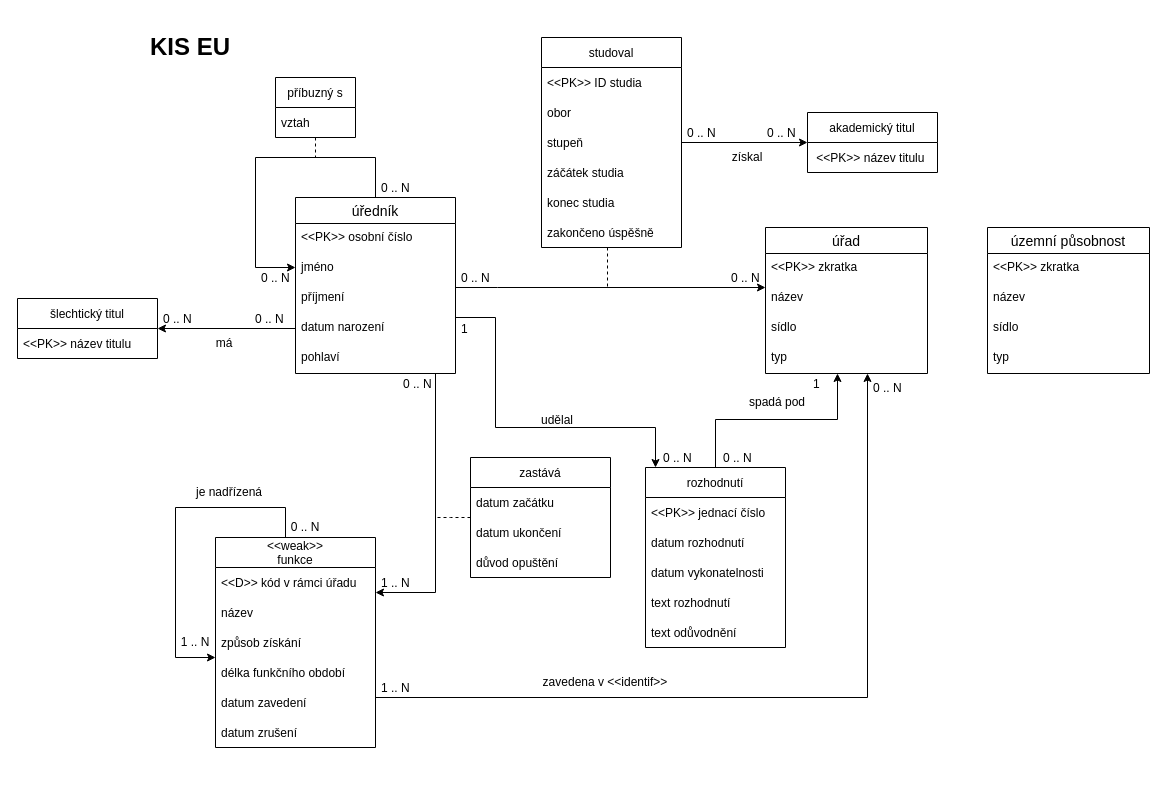
mstrlc/ius-homework keeps this draw.io diagram as kiseu.drawio. Above is the earlier version. Source tidied: cells renumbered, new cells numbered last; positions are measured from the earlier drawing's top-left corner, leaving out a move shared by most shapes. Both pictures are drawn from the tidied source at 100%, with x=0, y=0 at pixel (17, 27).
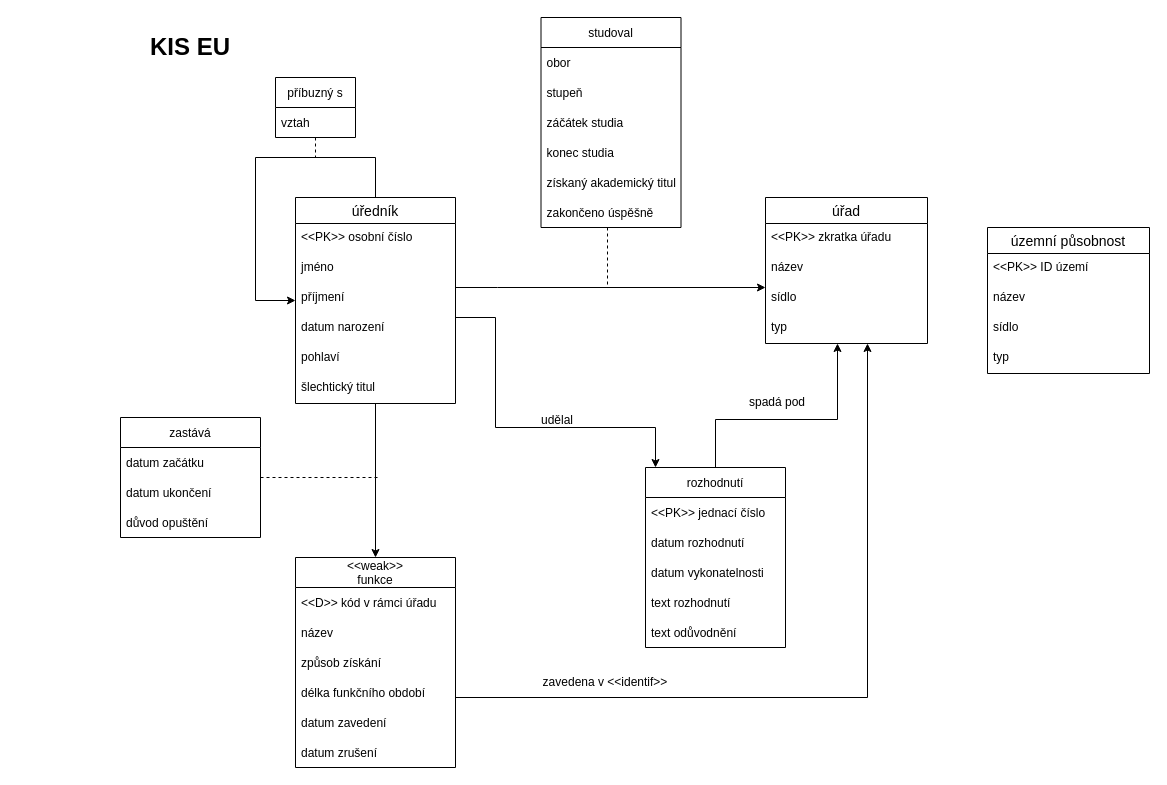
The same diagram, later.

The change refers to these unchanged cells:
```xml
<mxCell id="8" value="datum narození&#10;" style="text;strokeColor=none;fillColor=none;spacingLeft=4;spacingRight=4;overflow=hidden;points=[[0,0.5],[1,0.5]];portConstraint=eastwest;fontSize=12;fontFamily=Helvetica;" parent="4" vertex="1">
  <mxGeometry y="116" width="160" height="30" as="geometry" />
</mxCell>
<mxCell id="80" value="územní působnost" style="swimlane;fontStyle=0;horizontal=1;startSize=26;align=center;fontSize=14;fontFamily=Helvetica;" parent="1" vertex="1">
  <mxGeometry x="970" y="200" width="162" height="146" as="geometry" />
</mxCell>
```

Change to the diagram source:
```diff
@@
     <mxCell id="4" value="úředník" style="swimlane;fontStyle=0;horizontal=1;startSize=26;align=center;fontSize=14;fontFamily=Helvetica;" parent="1" vertex="1">
-      <mxGeometry x="278" y="170" width="160" height="176" as="geometry" />
+      <mxGeometry x="278" y="170" width="160" height="206" as="geometry" />
     </mxCell>
@@
+    <mxCell id="62" value="šlechtický titul" style="text;strokeColor=none;fillColor=none;spacingLeft=4;spacingRight=4;overflow=hidden;points=[[0,0.5],[1,0.5]];portConstraint=eastwest;fontSize=12;fontFamily=Helvetica;" parent="4" vertex="1">
+      <mxGeometry y="176" width="160" height="30" as="geometry" />
+    </mxCell>
     <mxCell id="10" value="úřad" style="swimlane;fontStyle=0;horizontal=1;startSize=26;align=center;fontSize=14;fontFamily=Helvetica;" parent="1" vertex="1">
-      <mxGeometry x="748" y="200" width="162" height="146" as="geometry" />
+      <mxGeometry x="748" y="170" width="162" height="146" as="geometry" />
     </mxCell>
-    <mxCell id="11" value="&lt;&lt;PK&gt;&gt; zkratka" style="text;strokeColor=none;fillColor=none;spacingLeft=4;spacingRight=4;overflow=hidden;fontSize=12;fontFamily=Helvetica;" parent="10" vertex="1">
+    <mxCell id="11" value="&lt;&lt;PK&gt;&gt; zkratka úřadu" style="text;strokeColor=none;fillColor=none;spacingLeft=4;spacingRight=4;overflow=hidden;fontSize=12;fontFamily=Helvetica;" parent="10" vertex="1">
       <mxGeometry y="26" width="162" height="30" as="geometry" />
     </mxCell>
@@
     <mxCell id="15" style="edgeStyle=orthogonalEdgeStyle;rounded=0;orthogonalLoop=1;jettySize=auto;html=1;fontFamily=Helvetica;" parent="1" edge="1" source="4" target="4">
       <mxGeometry relative="1" as="geometry">
         <Array as="points">
           <mxPoint x="358" y="130" />
           <mxPoint x="238" y="130" />
-          <mxPoint x="238" y="240" />
+          <mxPoint x="238" y="273" />
         </Array>
       </mxGeometry>
     </mxCell>
@@
-    <mxCell id="20" value="0 .. N" style="text;strokeColor=none;fillColor=none;align=left;verticalAlign=middle;spacingLeft=4;spacingRight=4;overflow=hidden;fontFamily=Helvetica;" parent="1" vertex="1">
-      <mxGeometry x="358" y="150" width="40" height="20" as="geometry" />
-    </mxCell>
-    <mxCell id="21" value="0 .. N" style="text;strokeColor=none;fillColor=none;align=left;verticalAlign=middle;spacingLeft=4;spacingRight=4;overflow=hidden;fontFamily=Helvetica;" parent="1" vertex="1">
-      <mxGeometry x="238" y="240" width="40" height="20" as="geometry" />
-    </mxCell>
@@
     <mxCell id="32" value="&lt;&lt;weak&gt;&gt;&#10;funkce" style="swimlane;fontStyle=0;horizontal=1;startSize=30;fontFamily=Helvetica;" parent="1" vertex="1">
-      <mxGeometry x="198" y="510" width="160" height="210" as="geometry" />
+      <mxGeometry x="278" y="530" width="160" height="210" as="geometry" />
     </mxCell>
@@
     <mxCell id="41" value="studoval" style="swimlane;fontStyle=0;horizontal=1;startSize=30;fontFamily=Helvetica;" parent="1" vertex="1">
-      <mxGeometry x="524" y="10" width="140" height="210" as="geometry" />
+      <mxGeometry x="523.5" y="-10" width="140" height="210" as="geometry" />
     </mxCell>
-    <mxCell id="42" value="&lt;&lt;PK&gt;&gt; ID studia" style="text;strokeColor=none;fillColor=none;align=left;verticalAlign=middle;spacingLeft=4;spacingRight=4;overflow=hidden;fontFamily=Helvetica;" parent="41" vertex="1">
-      <mxGeometry y="30" width="140" height="30" as="geometry" />
-    </mxCell>
     <mxCell id="43" value="obor" style="text;strokeColor=none;fillColor=none;align=left;verticalAlign=middle;spacingLeft=4;spacingRight=4;overflow=hidden;fontFamily=Helvetica;" parent="41" vertex="1">
-      <mxGeometry y="60" width="140" height="30" as="geometry" />
+      <mxGeometry y="30" width="140" height="30" as="geometry" />
     </mxCell>
     <mxCell id="44" value="stupeň" style="text;strokeColor=none;fillColor=none;align=left;verticalAlign=middle;spacingLeft=4;spacingRight=4;overflow=hidden;points=[[0,0.5],[1,0.5]];portConstraint=eastwest;fontFamily=Helvetica;" parent="41" vertex="1">
-      <mxGeometry y="90" width="140" height="30" as="geometry" />
+      <mxGeometry y="60" width="140" height="30" as="geometry" />
     </mxCell>
     <mxCell id="45" value="záčátek studia" style="text;strokeColor=none;fillColor=none;align=left;verticalAlign=middle;spacingLeft=4;spacingRight=4;overflow=hidden;fontFamily=Helvetica;" parent="41" vertex="1">
-      <mxGeometry y="120" width="140" height="30" as="geometry" />
+      <mxGeometry y="90" width="140" height="30" as="geometry" />
     </mxCell>
     <mxCell id="46" value="konec studia" style="text;strokeColor=none;fillColor=none;align=left;verticalAlign=middle;spacingLeft=4;spacingRight=4;overflow=hidden;fontFamily=Helvetica;" parent="41" vertex="1">
-      <mxGeometry y="150" width="140" height="30" as="geometry" />
+      <mxGeometry y="120" width="140" height="30" as="geometry" />
     </mxCell>
+    <mxCell id="85" value="získaný akademický titul" style="text;strokeColor=none;fillColor=none;align=left;verticalAlign=middle;spacingLeft=4;spacingRight=4;overflow=hidden;fontFamily=Helvetica;" parent="41" vertex="1">
+      <mxGeometry y="150" width="140" height="30" as="geometry" />
+    </mxCell>
@@
-    <mxCell id="48" style="edgeStyle=orthogonalEdgeStyle;rounded=0;orthogonalLoop=1;jettySize=auto;html=1;fontFamily=Helvetica;endArrow=classic;endFill=1;strokeColor=default;exitX=0.5;exitY=0;exitDx=0;exitDy=0;" parent="1" edge="1" source="32" target="32">
-      <mxGeometry relative="1" as="geometry">
-        <Array as="points">
-          <mxPoint x="268" y="480" />
-          <mxPoint x="158" y="480" />
-          <mxPoint x="158" y="630" />
-        </Array>
-      </mxGeometry>
-    </mxCell>
-    <mxCell id="49" value="je nadřízená" style="text;html=1;strokeColor=none;fillColor=none;align=center;verticalAlign=middle;whiteSpace=wrap;rounded=0;fontFamily=Helvetica;" parent="1" vertex="1">
-      <mxGeometry x="177" y="450" width="70" height="30" as="geometry" />
-    </mxCell>
     <mxCell id="50" style="edgeStyle=orthogonalEdgeStyle;rounded=0;jettySize=auto;html=1;fontFamily=Helvetica;endArrow=none;endFill=0;strokeColor=default;dashed=1;" parent="1" edge="1" source="51">
       <mxGeometry relative="1" as="geometry">
-        <mxPoint x="418" y="490" as="targetPoint" />
+        <mxPoint x="360" y="450" as="targetPoint" />
       </mxGeometry>
     </mxCell>
     <mxCell id="51" value="zastává" style="swimlane;fontStyle=0;horizontal=1;startSize=30;fontFamily=Helvetica;" parent="1" vertex="1">
-      <mxGeometry x="453" y="430" width="140" height="120" as="geometry" />
+      <mxGeometry x="103" y="390" width="140" height="120" as="geometry" />
     </mxCell>
@@
-    <mxCell id="55" value="0 .. N" style="text;html=1;strokeColor=none;fillColor=none;align=center;verticalAlign=middle;whiteSpace=wrap;rounded=0;" parent="1" vertex="1">
-      <mxGeometry x="268" y="490" width="40" height="20" as="geometry" />
-    </mxCell>
-    <mxCell id="56" value="1 .. N" style="text;html=1;strokeColor=none;fillColor=none;align=center;verticalAlign=middle;whiteSpace=wrap;rounded=0;" parent="1" vertex="1">
-      <mxGeometry x="158" y="605" width="40" height="20" as="geometry" />
-    </mxCell>
-    <mxCell id="57" value="akademický titul" style="swimlane;fontStyle=0;horizontal=1;startSize=30;" parent="1" vertex="1">
-      <mxGeometry x="790" y="85" width="130" height="60" as="geometry" />
-    </mxCell>
-    <mxCell id="58" value=" &lt;&lt;PK&gt;&gt; název titulu" style="text;strokeColor=none;fillColor=none;align=left;verticalAlign=middle;spacingLeft=4;spacingRight=4;overflow=hidden;" parent="57" vertex="1">
-      <mxGeometry y="30" width="130" height="30" as="geometry" />
-    </mxCell>
-    <mxCell id="59" style="edgeStyle=orthogonalEdgeStyle;rounded=0;jettySize=auto;html=1;" parent="1" edge="1" source="44" target="57">
-      <mxGeometry relative="1" as="geometry" />
-    </mxCell>
-    <mxCell id="60" value="získal" style="text;html=1;strokeColor=none;fillColor=none;align=center;verticalAlign=middle;whiteSpace=wrap;rounded=0;" parent="1" vertex="1">
-      <mxGeometry x="700" y="115" width="60" height="30" as="geometry" />
-    </mxCell>
@@
-    <mxCell id="62" value="šlechtický titul" style="swimlane;fontStyle=0;horizontal=1;startSize=30;" parent="1" vertex="1">
-      <mxGeometry y="271" width="140" height="60" as="geometry" />
-    </mxCell>
-    <mxCell id="63" value="&lt;&lt;PK&gt;&gt; název titulu" style="text;strokeColor=none;fillColor=none;align=left;verticalAlign=middle;spacingLeft=4;spacingRight=4;overflow=hidden;" parent="62" vertex="1">
-      <mxGeometry y="30" width="140" height="30" as="geometry" />
-    </mxCell>
-    <mxCell id="64" style="edgeStyle=orthogonalEdgeStyle;rounded=0;jettySize=auto;html=1;entryX=1;entryY=0.5;entryDx=0;entryDy=0;" parent="1" edge="1" source="8" target="62">
-      <mxGeometry relative="1" as="geometry" />
-    </mxCell>
-    <mxCell id="65" value="má" style="text;html=1;strokeColor=none;fillColor=none;align=center;verticalAlign=middle;whiteSpace=wrap;rounded=0;" parent="1" vertex="1">
-      <mxGeometry x="177" y="301" width="60" height="30" as="geometry" />
-    </mxCell>
-    <mxCell id="66" value="0 .. N" style="text;strokeColor=none;fillColor=none;align=left;verticalAlign=middle;spacingLeft=4;spacingRight=4;overflow=hidden;fontFamily=Helvetica;" parent="1" vertex="1">
-      <mxGeometry x="664" y="95" width="46" height="20" as="geometry" />
-    </mxCell>
-    <mxCell id="67" value="0 .. N" style="text;strokeColor=none;fillColor=none;align=left;verticalAlign=middle;spacingLeft=4;spacingRight=4;overflow=hidden;fontFamily=Helvetica;" parent="1" vertex="1">
-      <mxGeometry x="744" y="95" width="46" height="20" as="geometry" />
-    </mxCell>
-    <mxCell id="68" value="0 .. N" style="text;strokeColor=none;fillColor=none;align=left;verticalAlign=middle;spacingLeft=4;spacingRight=4;overflow=hidden;fontFamily=Helvetica;" parent="1" vertex="1">
-      <mxGeometry x="140" y="281" width="46" height="20" as="geometry" />
-    </mxCell>
-    <mxCell id="69" value="0 .. N" style="text;strokeColor=none;fillColor=none;align=left;verticalAlign=middle;spacingLeft=4;spacingRight=4;overflow=hidden;fontFamily=Helvetica;" parent="1" vertex="1">
-      <mxGeometry x="232" y="281" width="46" height="20" as="geometry" />
-    </mxCell>
-    <mxCell id="70" value="0 .. N" style="text;strokeColor=none;fillColor=none;align=left;verticalAlign=middle;spacingLeft=4;spacingRight=4;overflow=hidden;fontFamily=Helvetica;" parent="1" vertex="1">
-      <mxGeometry x="380" y="346" width="40" height="20" as="geometry" />
-    </mxCell>
-    <mxCell id="71" value="1 .. N" style="text;strokeColor=none;fillColor=none;align=left;verticalAlign=middle;spacingLeft=4;spacingRight=4;overflow=hidden;fontFamily=Helvetica;" parent="1" vertex="1">
-      <mxGeometry x="358" y="545" width="40" height="20" as="geometry" />
-    </mxCell>
-    <mxCell id="72" value="1 .. N" style="text;strokeColor=none;fillColor=none;align=left;verticalAlign=middle;spacingLeft=4;spacingRight=4;overflow=hidden;fontFamily=Helvetica;" parent="1" vertex="1">
-      <mxGeometry x="358" y="650" width="40" height="20" as="geometry" />
-    </mxCell>
-    <mxCell id="73" value="0 .. N" style="text;strokeColor=none;fillColor=none;align=left;verticalAlign=middle;spacingLeft=4;spacingRight=4;overflow=hidden;fontFamily=Helvetica;" parent="1" vertex="1">
-      <mxGeometry x="640" y="420" width="40" height="20" as="geometry" />
-    </mxCell>
-    <mxCell id="74" value="0 .. N" style="text;strokeColor=none;fillColor=none;align=left;verticalAlign=middle;spacingLeft=4;spacingRight=4;overflow=hidden;fontFamily=Helvetica;" parent="1" vertex="1">
-      <mxGeometry x="438" y="240" width="40" height="20" as="geometry" />
-    </mxCell>
-    <mxCell id="75" value="0 .. N" style="text;strokeColor=none;fillColor=none;align=left;verticalAlign=middle;spacingLeft=4;spacingRight=4;overflow=hidden;fontFamily=Helvetica;" parent="1" vertex="1">
-      <mxGeometry x="708" y="240" width="40" height="20" as="geometry" />
-    </mxCell>
-    <mxCell id="76" value="1" style="text;strokeColor=none;fillColor=none;align=left;verticalAlign=middle;spacingLeft=4;spacingRight=4;overflow=hidden;fontFamily=Helvetica;" parent="1" vertex="1">
-      <mxGeometry x="438" y="291" width="40" height="20" as="geometry" />
-    </mxCell>
-    <mxCell id="77" value="0 .. N" style="text;strokeColor=none;fillColor=none;align=left;verticalAlign=middle;spacingLeft=4;spacingRight=4;overflow=hidden;fontFamily=Helvetica;" parent="1" vertex="1">
-      <mxGeometry x="700" y="420" width="40" height="20" as="geometry" />
-    </mxCell>
-    <mxCell id="78" value="1" style="text;strokeColor=none;fillColor=none;align=left;verticalAlign=middle;spacingLeft=4;spacingRight=4;overflow=hidden;fontFamily=Helvetica;" parent="1" vertex="1">
-      <mxGeometry x="790" y="346" width="40" height="20" as="geometry" />
-    </mxCell>
-    <mxCell id="79" value="0 .. N" style="text;strokeColor=none;fillColor=none;align=left;verticalAlign=middle;spacingLeft=4;spacingRight=4;overflow=hidden;fontFamily=Helvetica;" parent="1" vertex="1">
-      <mxGeometry x="850" y="350" width="40" height="20" as="geometry" />
-    </mxCell>
@@
-    <mxCell id="81" value="&lt;&lt;PK&gt;&gt; zkratka" style="text;strokeColor=none;fillColor=none;spacingLeft=4;spacingRight=4;overflow=hidden;fontSize=12;fontFamily=Helvetica;" parent="80" vertex="1">
+    <mxCell id="81" value="&lt;&lt;PK&gt;&gt; ID území" style="text;strokeColor=none;fillColor=none;spacingLeft=4;spacingRight=4;overflow=hidden;fontSize=12;fontFamily=Helvetica;" parent="80" vertex="1">
       <mxGeometry y="26" width="162" height="30" as="geometry" />
     </mxCell>
```
